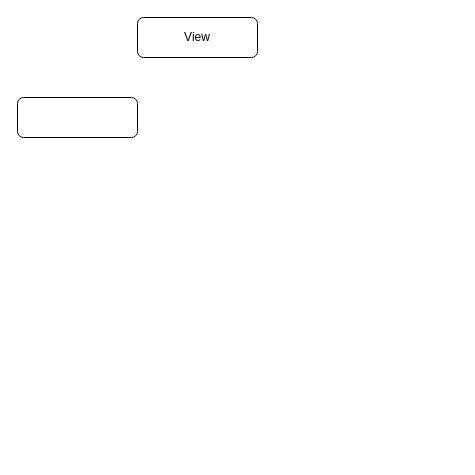
The draw.io diagram page "UI系统" (4 of 4) of 框架设计流程图.drawio in Josh-Jun/UnityAppFramework, before the edit. Source tidied: cells renumbered, new cells numbered last; positions are measured from the earlier drawing's top-left corner, leaving out a move shared by most shapes. Both pictures are drawn from the tidied source at 100%, with x=0, y=0 at pixel (17, 17).
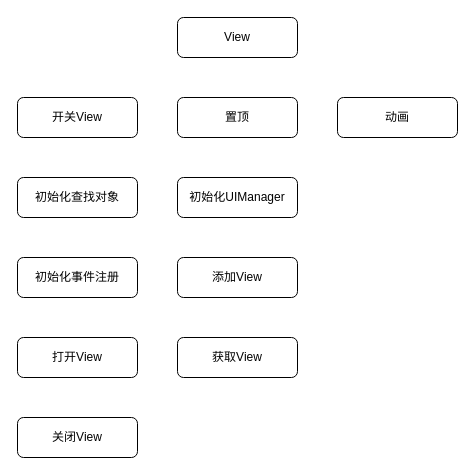
After the change.

Commit message:
更新框架设计流程图.drawio

Change to the diagram source:
```diff
@@
 <mxGraphModel>
   <root>
     <mxCell id="0" />
     <mxCell id="1" parent="0" />
     <mxCell id="2" value="View" style="rounded=1;whiteSpace=wrap;html=1;" parent="1" vertex="1">
-      <mxGeometry x="120" width="120" height="40" as="geometry" />
+      <mxGeometry x="160" width="120" height="40" as="geometry" />
     </mxCell>
-    <mxCell id="3" style="rounded=1;whiteSpace=wrap;html=1;" parent="1" vertex="1">
+    <mxCell id="3" value="开关View" style="rounded=1;whiteSpace=wrap;html=1;" parent="1" vertex="1">
       <mxGeometry y="80" width="120" height="40" as="geometry" />
     </mxCell>
+    <mxCell id="4" value="置顶" style="rounded=1;whiteSpace=wrap;html=1;" parent="1" vertex="1">
+      <mxGeometry x="160" y="80" width="120" height="40" as="geometry" />
+    </mxCell>
+    <mxCell id="5" value="动画" style="rounded=1;whiteSpace=wrap;html=1;" parent="1" vertex="1">
+      <mxGeometry x="320" y="80" width="120" height="40" as="geometry" />
+    </mxCell>
+    <mxCell id="6" value="初始化查找对象" style="rounded=1;whiteSpace=wrap;html=1;" parent="1" vertex="1">
+      <mxGeometry y="160" width="120" height="40" as="geometry" />
+    </mxCell>
+    <mxCell id="7" value="打开View" style="rounded=1;whiteSpace=wrap;html=1;" parent="1" vertex="1">
+      <mxGeometry y="320" width="120" height="40" as="geometry" />
+    </mxCell>
+    <mxCell id="8" value="关闭View" style="rounded=1;whiteSpace=wrap;html=1;" parent="1" vertex="1">
+      <mxGeometry y="400" width="120" height="40" as="geometry" />
+    </mxCell>
+    <mxCell id="9" value="初始化事件注册" style="rounded=1;whiteSpace=wrap;html=1;" parent="1" vertex="1">
+      <mxGeometry y="240" width="120" height="40" as="geometry" />
+    </mxCell>
+    <mxCell id="10" value="初始化UIManager" style="rounded=1;whiteSpace=wrap;html=1;" parent="1" vertex="1">
+      <mxGeometry x="160" y="160" width="120" height="40" as="geometry" />
+    </mxCell>
+    <mxCell id="11" value="添加View" style="rounded=1;whiteSpace=wrap;html=1;" parent="1" vertex="1">
+      <mxGeometry x="160" y="240" width="120" height="40" as="geometry" />
+    </mxCell>
+    <mxCell id="12" value="获取View" style="rounded=1;whiteSpace=wrap;html=1;" parent="1" vertex="1">
+      <mxGeometry x="160" y="320" width="120" height="40" as="geometry" />
+    </mxCell>
   </root>
 </mxGraphModel>
```
